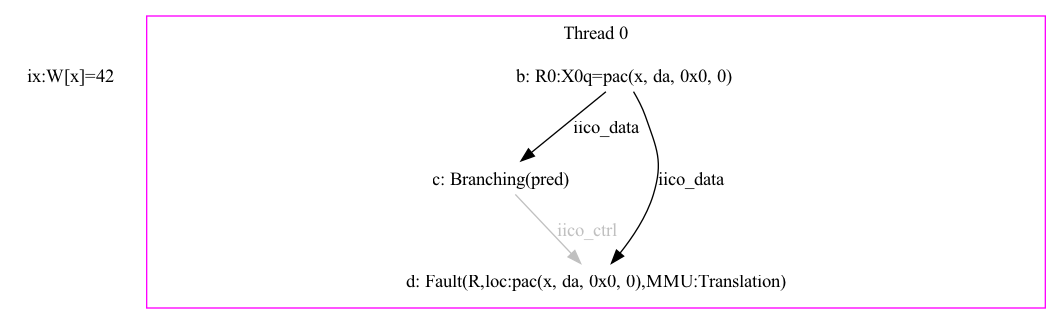
Above: pac_tests/notes/ldr_failure.png in herd/herdtools7 (Graphviz), before the change. Its source is kept beside it as pac_tests/notes/ldr_failure.dot.
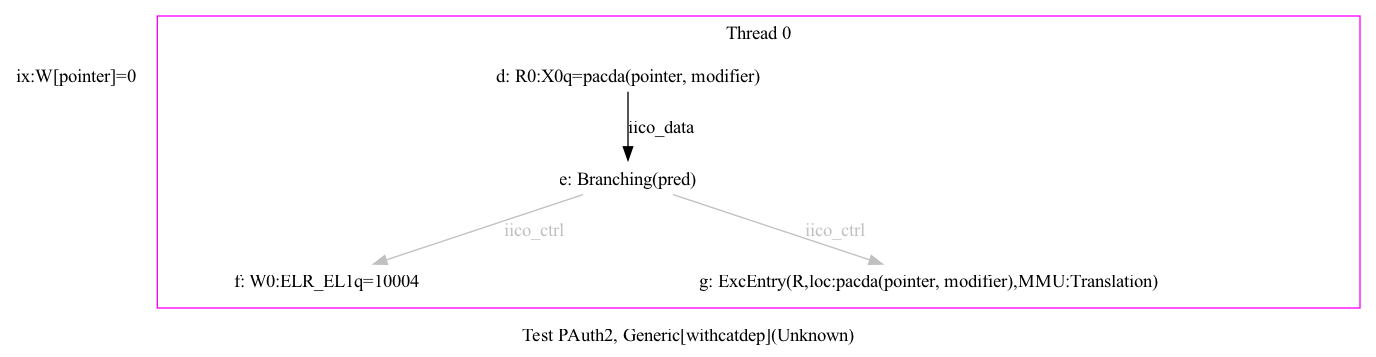
After the commit.

Diff of the diagram source:
```diff
@@ -1,11 +1,31 @@
 digraph G {
-    eiid0 [label="ix:W[x]=42", shape="none", fixedsize="false", height="0.194444", width="1.361111"];
-    subgraph cluster_proc0 { rank=sink; label = "Thread 0"; color=magenta; shape=box;
-        eiid1 [label="b: R0:X0q=pac(x, da, 0x0, 0)", shape="none", fixedsize="false", height="0.194444", width="4.861111"];
-        eiid2 [label="c: Branching(pred)", shape="none", fixedsize="false", height="0.194444", width="2.916667"];
-        eiid3 [label="d: Fault(R,loc:pac(x, da, 0x0, 0),MMU:Translation)", shape="none", fixedsize="false", height="0.194444", width="9.138889"];
-    }
-    eiid1 -> eiid2 [label="iico_data", color="black", fontcolor="black"];
-    eiid1 -> eiid3 [label="iico_data", color="black", fontcolor="black"];
-    eiid2 -> eiid3 [label="iico_ctrl", color="grey", fontcolor="grey"];
+
+
+/* legend */
+label="Test PAuth2, Generic[withcatdep](Unknown)";
+
+
+/* init events */
+eiid0 [label="ix:W[pointer]=0", shape="none", fixedsize="false", height="0.194444", width="1.166667"];
+
+/* the unlocked events */
+subgraph cluster_proc0 { rank=sink; label = "Thread 0"; color=magenta; shape=box;
+eiid3 [label="d: R0:X0q=pacda(pointer, modifier)", shape="none", fixedsize="false", height="0.194444", width="3.888889"];
+eiid4 [label="e: Branching(pred)", shape="none", fixedsize="false", height="0.194444", width="2.916667"];
+eiid5 [label="f: W0:ELR_EL1q=10004", shape="none", fixedsize="false", height="0.194444", width="3.305556"];
+eiid6 [label="g: ExcEntry(R,loc:pacda(pointer, modifier),MMU:Translation)", shape="none", fixedsize="false", height="0.194444", width="8.750000"];
 }
+
+/* the intra_causality_data edges */
+
+eiid3 -> eiid4 [label="iico_data", color="black", fontcolor="black"];
+
+/* the intra_causality_control edges */
+eiid4 -> eiid5 [label="iico_ctrl", color="grey", fontcolor="grey"];
+eiid4 -> eiid6 [label="iico_ctrl", color="grey", fontcolor="grey"];
+
+/* the poi edges */
+/* the rfmap edges */
+
+
+}
```
